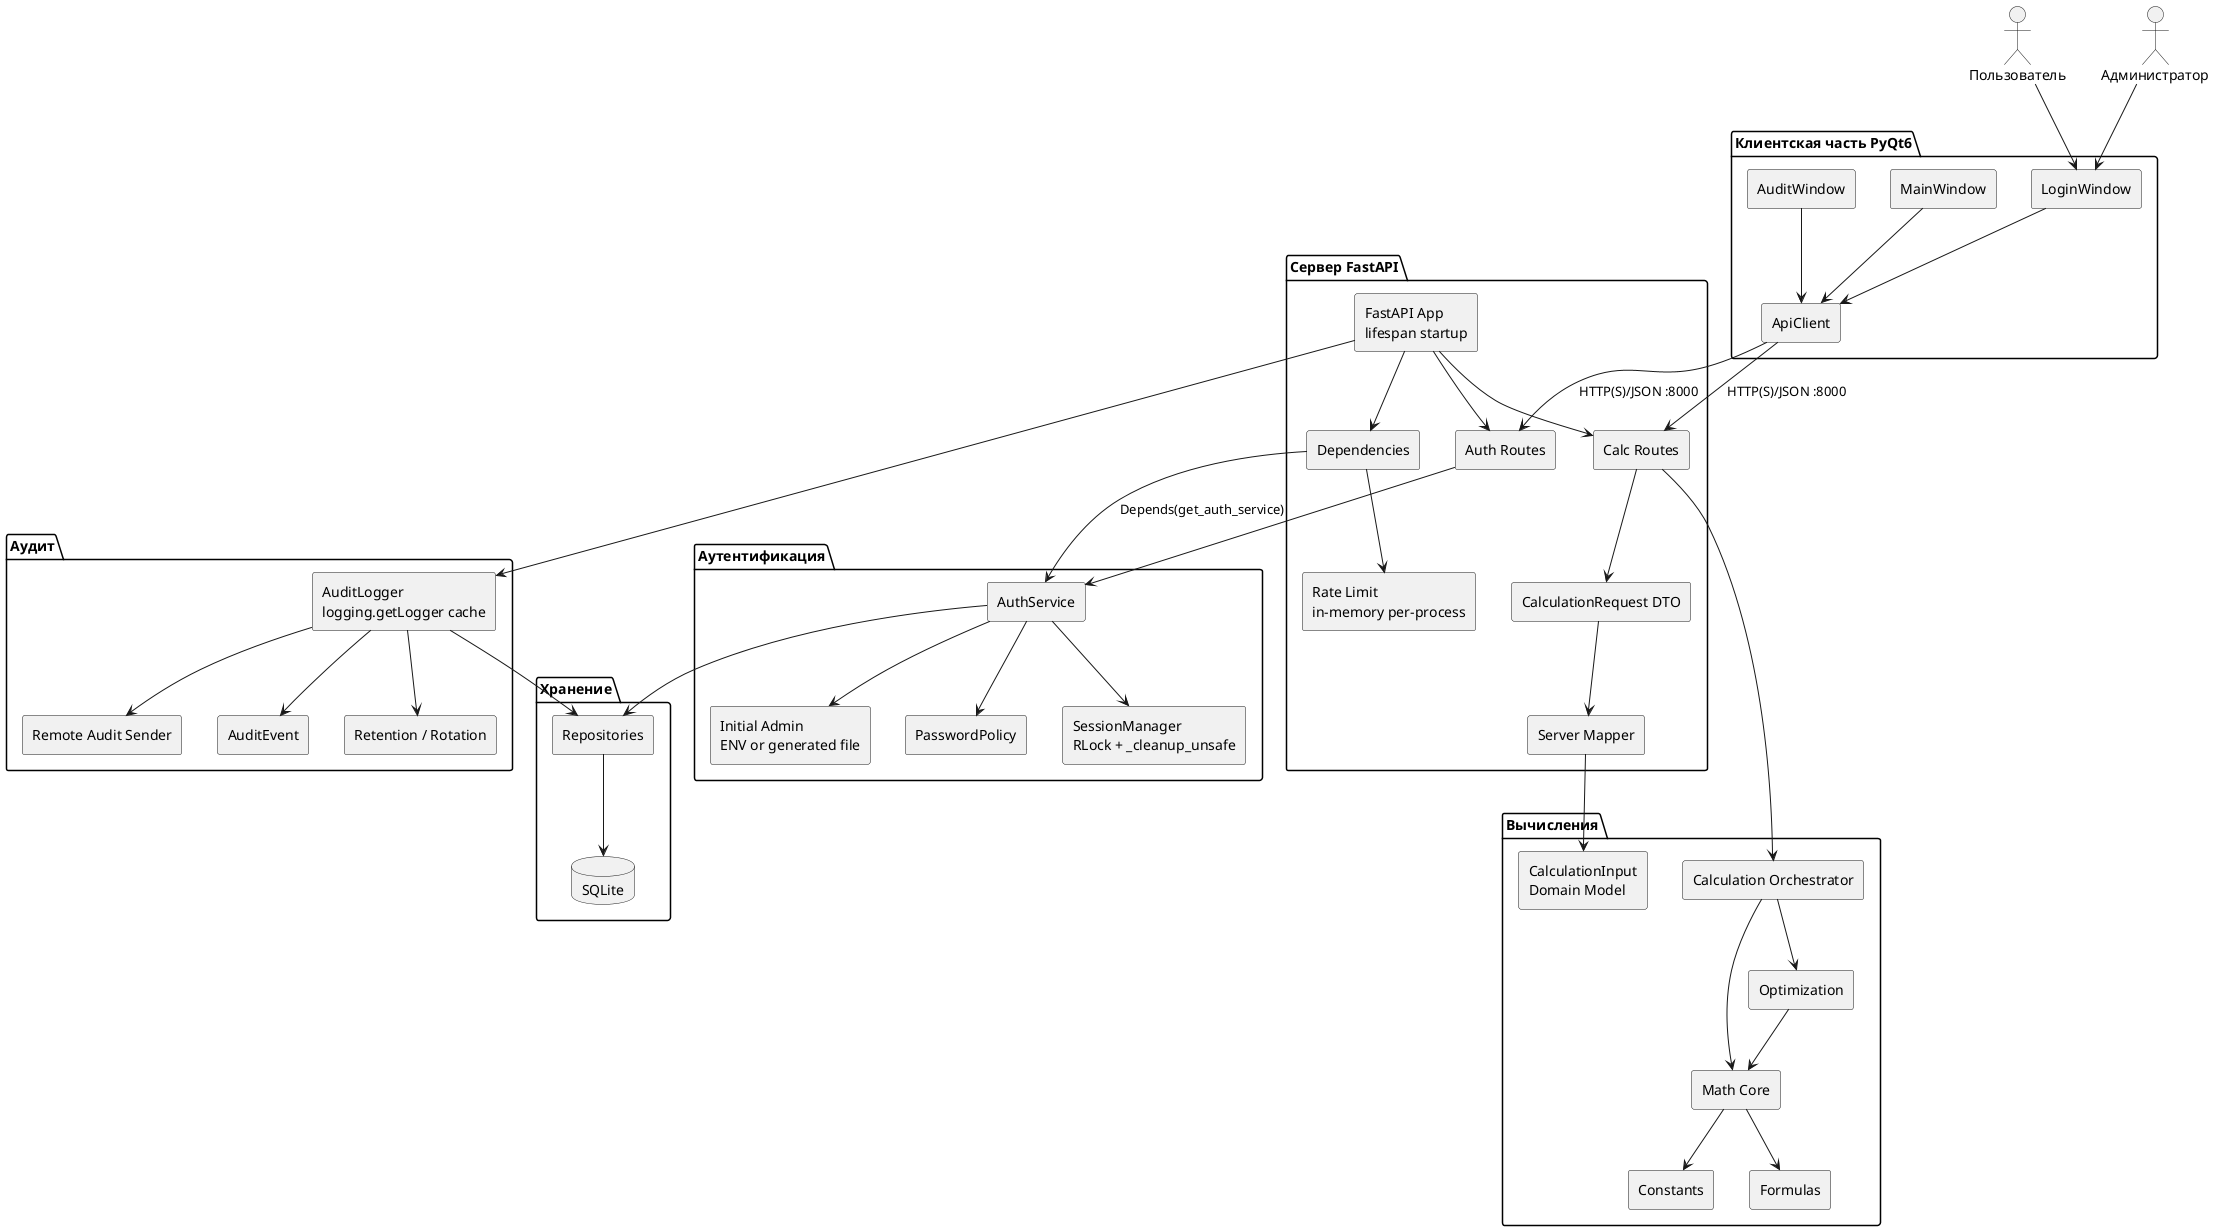
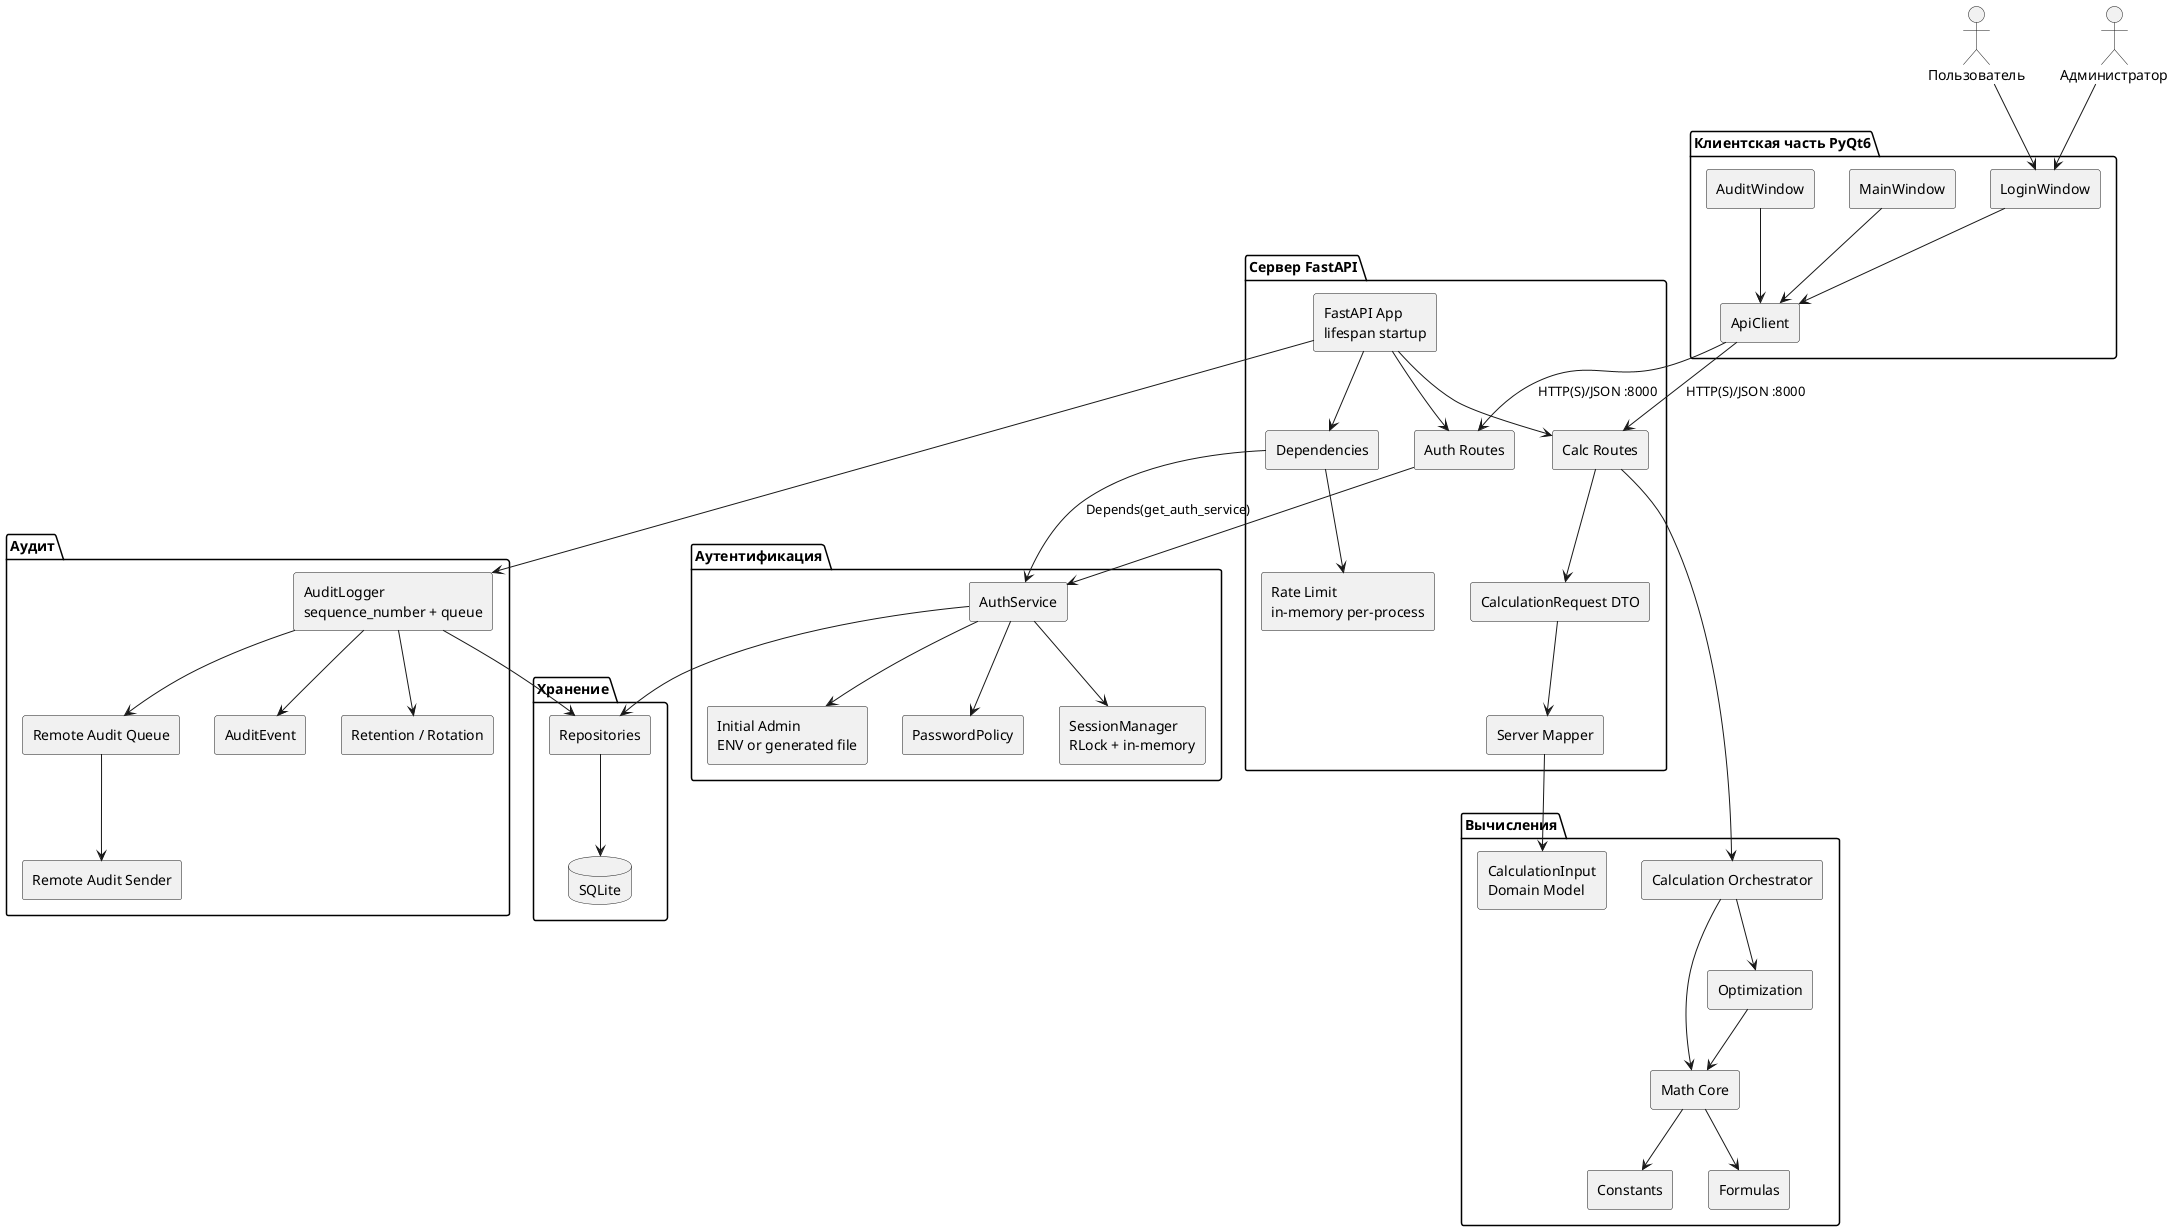
@startuml
skinparam componentStyle rectangle
actor "Пользователь" as User
actor "Администратор" as Admin

package "Клиентская часть PyQt6" {
  [LoginWindow] as LoginWindow
  [MainWindow] as MainWindow
  [AuditWindow] as AuditWindow
  [ApiClient] as ApiClient
}

package "Сервер FastAPI" {
  [FastAPI App\nlifespan startup] as API
  [Auth Routes] as AuthRoutes
  [Calc Routes] as CalcRoutes
  [Dependencies] as Dependencies
  [Rate Limit\nin-memory per-process] as RateLimit
  [CalculationRequest DTO] as CalcDTO
  [Server Mapper] as Mapper
}

package "Аутентификация" {
  [AuthService] as AuthService
  [PasswordPolicy] as PasswordPolicy
-   [SessionManager\nRLock + _cleanup_unsafe] as SessionManager
+   [SessionManager\nRLock + in-memory] as SessionManager
  [Initial Admin\nENV or generated file] as InitialAdmin
}

package "Вычисления" {
  [CalculationInput\nDomain Model] as CalcInput
  [Calculation Orchestrator] as Orchestrator
  [Math Core] as Core
  [Constants] as Constants
  [Formulas] as Formulas
  [Optimization] as Optimization
}

package "Хранение" {
  [Repositories] as Repos
  database "SQLite" as DB
}

package "Аудит" {
  [AuditEvent] as AuditEvent
-   [AuditLogger\nlogging.getLogger cache] as AuditLogger
+   [AuditLogger\nsequence_number + queue] as AuditLogger
  [Retention / Rotation] as AuditStorage
+   [Remote Audit Queue] as RemoteQueue
  [Remote Audit Sender] as RemoteAudit
}

User --> LoginWindow
Admin --> LoginWindow
LoginWindow --> ApiClient
MainWindow --> ApiClient
AuditWindow --> ApiClient

ApiClient --> AuthRoutes : HTTP(S)/JSON :8000
ApiClient --> CalcRoutes : HTTP(S)/JSON :8000

API --> Dependencies
API --> AuthRoutes
API --> CalcRoutes
API --> AuditLogger

Dependencies --> AuthService : Depends(get_auth_service)
Dependencies --> RateLimit
AuthRoutes --> AuthService
AuthService --> PasswordPolicy
AuthService --> SessionManager
AuthService --> InitialAdmin
AuthService --> Repos

CalcRoutes --> CalcDTO
CalcDTO --> Mapper
Mapper --> CalcInput
CalcRoutes --> Orchestrator
Orchestrator --> Core
Orchestrator --> Optimization
Core --> Constants
Core --> Formulas
Optimization --> Core

Repos --> DB
AuditLogger --> AuditEvent
AuditLogger --> Repos
AuditLogger --> AuditStorage
- AuditLogger --> RemoteAudit
+ AuditLogger --> RemoteQueue
+ RemoteQueue --> RemoteAudit
@enduml
